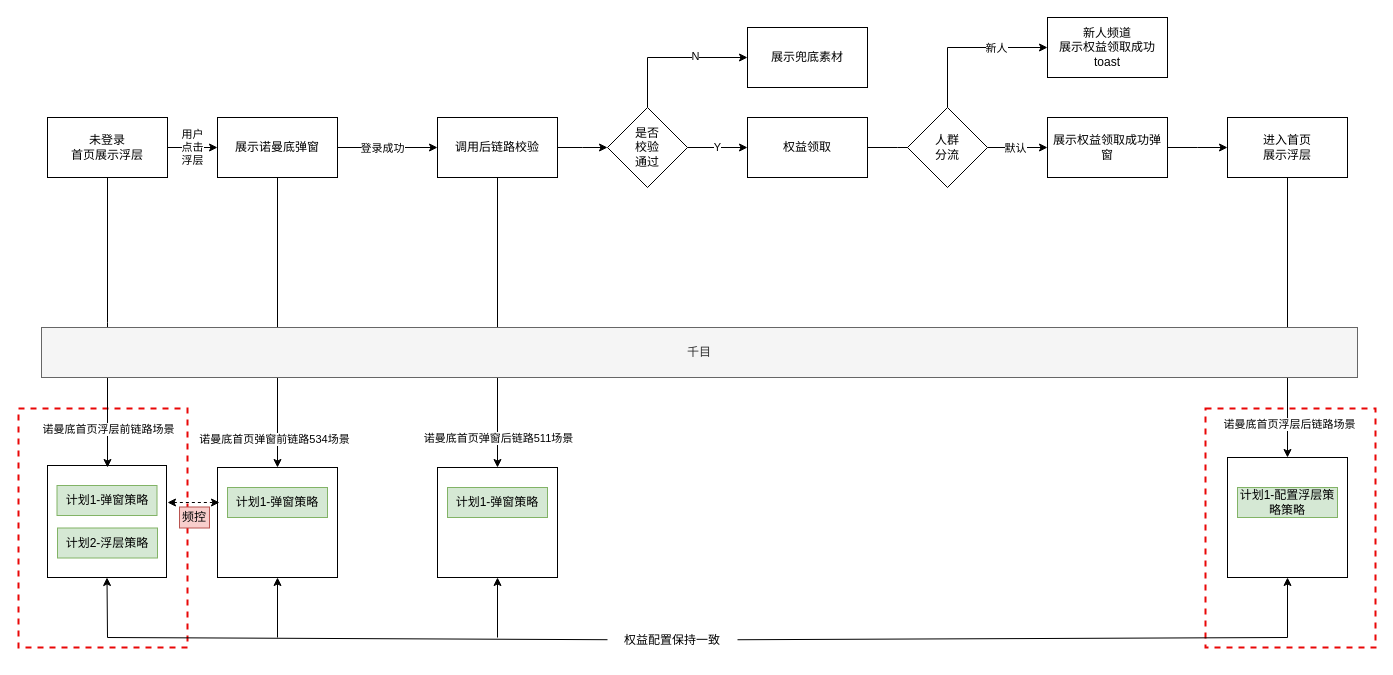
Earlier version of the draw.io diagram 诺曼底首页吸底浮层.drawio (BlankKelly/diagrams). Source tidied: cells renumbered, new cells numbered last; positions are measured from the earlier drawing's top-left corner, leaving out a move shared by most shapes. Both pictures are drawn from the tidied source at 100%, with x=0, y=0 at pixel (18, 17).
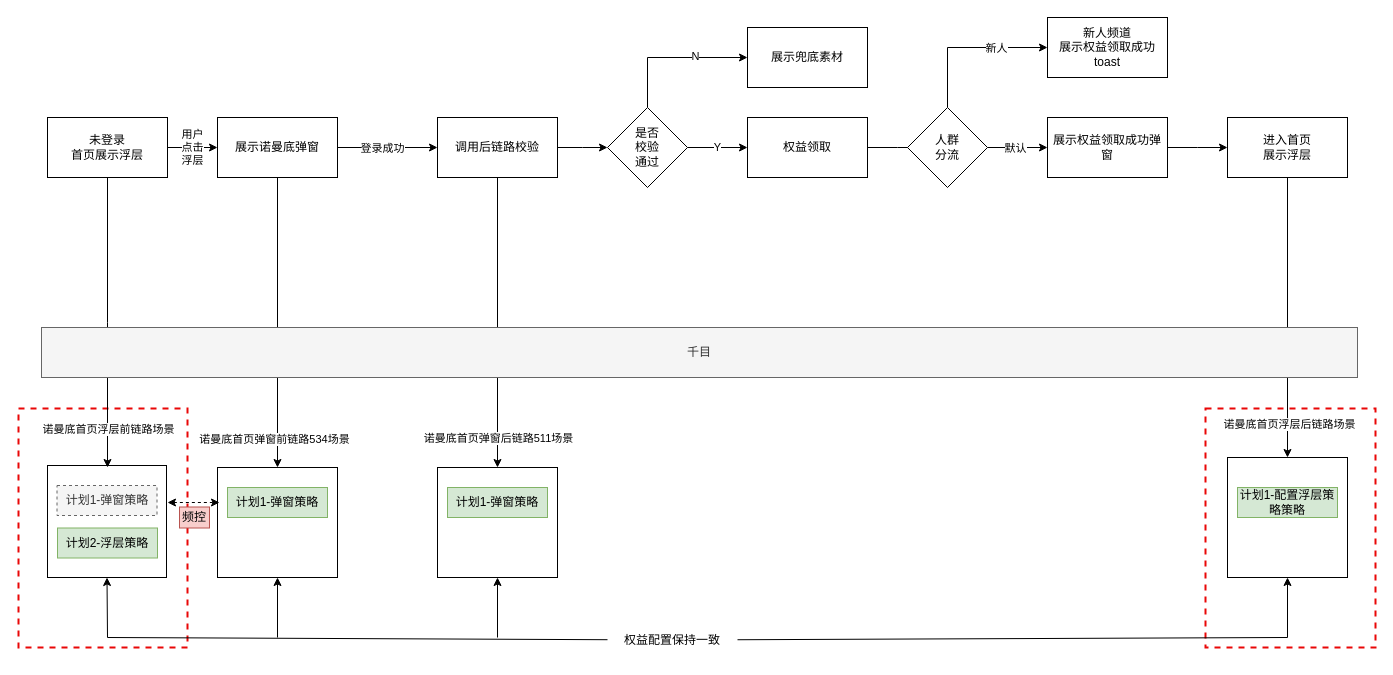
The same diagram, later.

Commit message:
更新诺曼底首页吸底浮层.drawio

Diff of the diagram source:
```diff
@@
-    <mxCell id="53" value="计划1-弹窗策略" style="rounded=0;whiteSpace=wrap;html=1;fillColor=#d5e8d4;strokeColor=#82b366;" parent="1" vertex="1">
+    <mxCell id="53" value="计划1-弹窗策略" style="rounded=0;whiteSpace=wrap;html=1;fillColor=#f5f5f5;strokeColor=#666666;dashed=1;fontColor=#333333;" parent="1" vertex="1">
       <mxGeometry x="38.5" y="468" width="100" height="30" as="geometry" />
     </mxCell>
```
